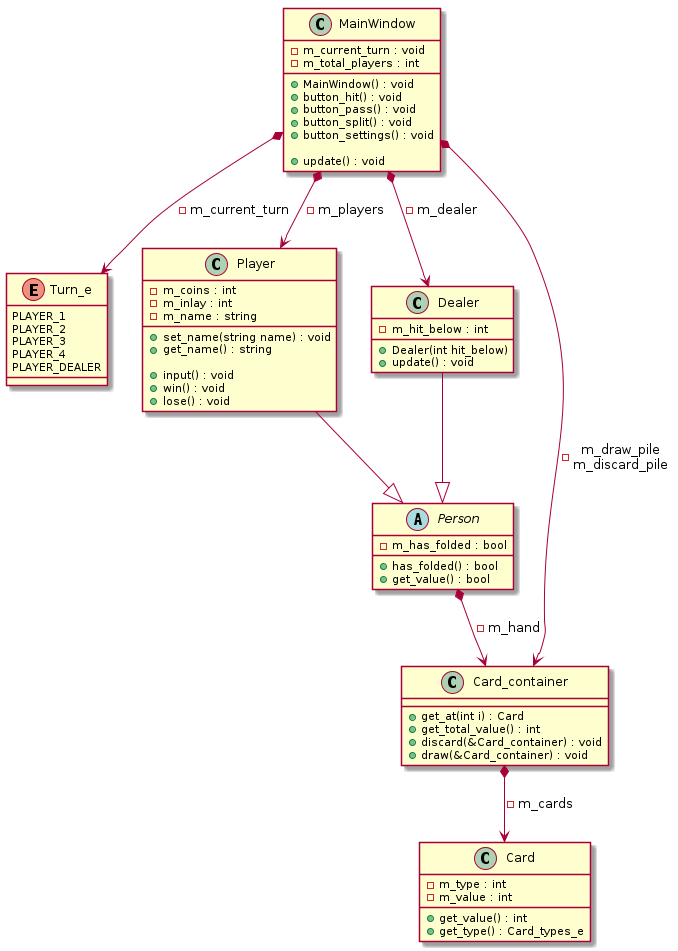
Noud-Janssen/oop_blackjack keeps this PlantUML diagram as docs/class_diagram2.png. Above is the earlier version. The source it was exported from:
```plantuml
@startuml class_diagram2

class MainWindow {
    -m_current_turn : void
    -m_total_players : int

    +MainWindow() : void
    +button_hit() : void
    +button_pass() : void
    +button_split() : void
    +button_settings() : void

    +update() : void
}

enum Turn_e {
    PLAYER_1
    PLAYER_2
    PLAYER_3
    PLAYER_4
    PLAYER_DEALER
}

abstract Person {
    -m_has_folded : bool

    +has_folded() : bool
    +get_value() : bool
}

class Player {
    -m_coins : int
    -m_inlay : int
    -m_name : string

    +set_name(string name) : void
    +get_name() : string

    +input() : void
    +win() : void
    +lose() : void
}

class Dealer {
    +Dealer(int hit_below)

    -m_hit_below : int

    +update() : void
}

Player --|> Person
Dealer --|> Person


class Card_container {
    +get_at(int i) : Card
    +get_total_value() : int
    +discard(&Card_container) : void
    +draw(&Card_container) : void
}

class Card {
    -m_type : int
    -m_value : int
    +get_value() : int
    +get_type() : Card_types_e
}

MainWindow *--> Player : -m_players
MainWindow *--> Dealer : -m_dealer
MainWindow *--> Card_container : -m_draw_pile\nm_discard_pile
MainWindow *--> Turn_e : -m_current_turn

Person *--> Card_container : -m_hand

Card_container *--> Card : -m_cards

@enduml
```
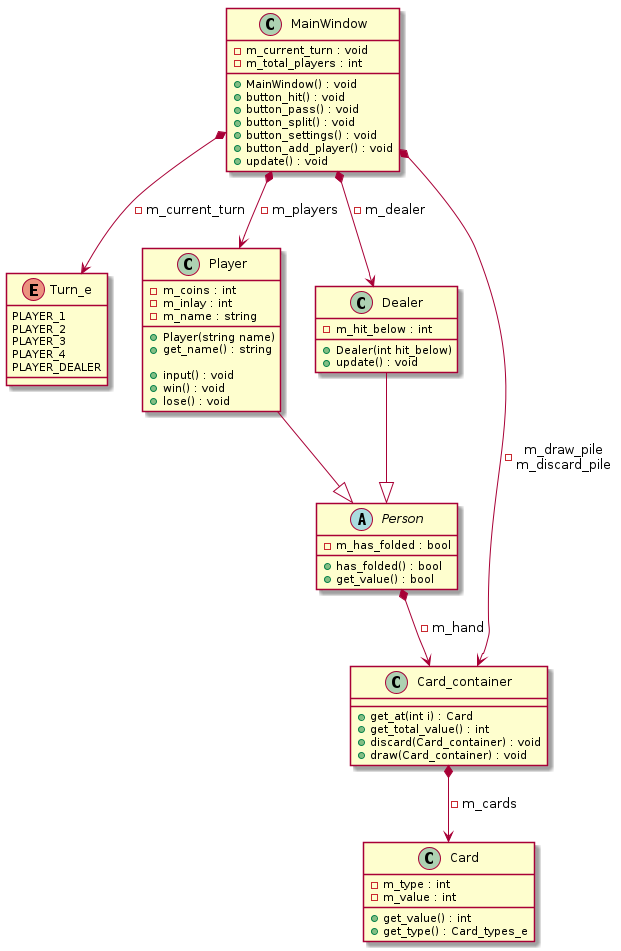
The same file after the commit.

Commit message:
end of day

What changed in the source:
```diff
@@ -9,6 +9,8 @@
     +button_pass() : void
     +button_split() : void
     +button_settings() : void
+    +button_add_player() : void
+
 
     +update() : void
 }
@@ -33,7 +35,7 @@
     -m_inlay : int
     -m_name : string
 
-    +set_name(string name) : void
+    +Player(string name)
     +get_name() : string
 
     +input() : void
@@ -56,8 +58,8 @@
 class Card_container {
     +get_at(int i) : Card
     +get_total_value() : int
-    +discard(&Card_container) : void
-    +draw(&Card_container) : void
+    +discard(Card_container) : void
+    +draw(Card_container) : void
 }
 
 class Card {
```
